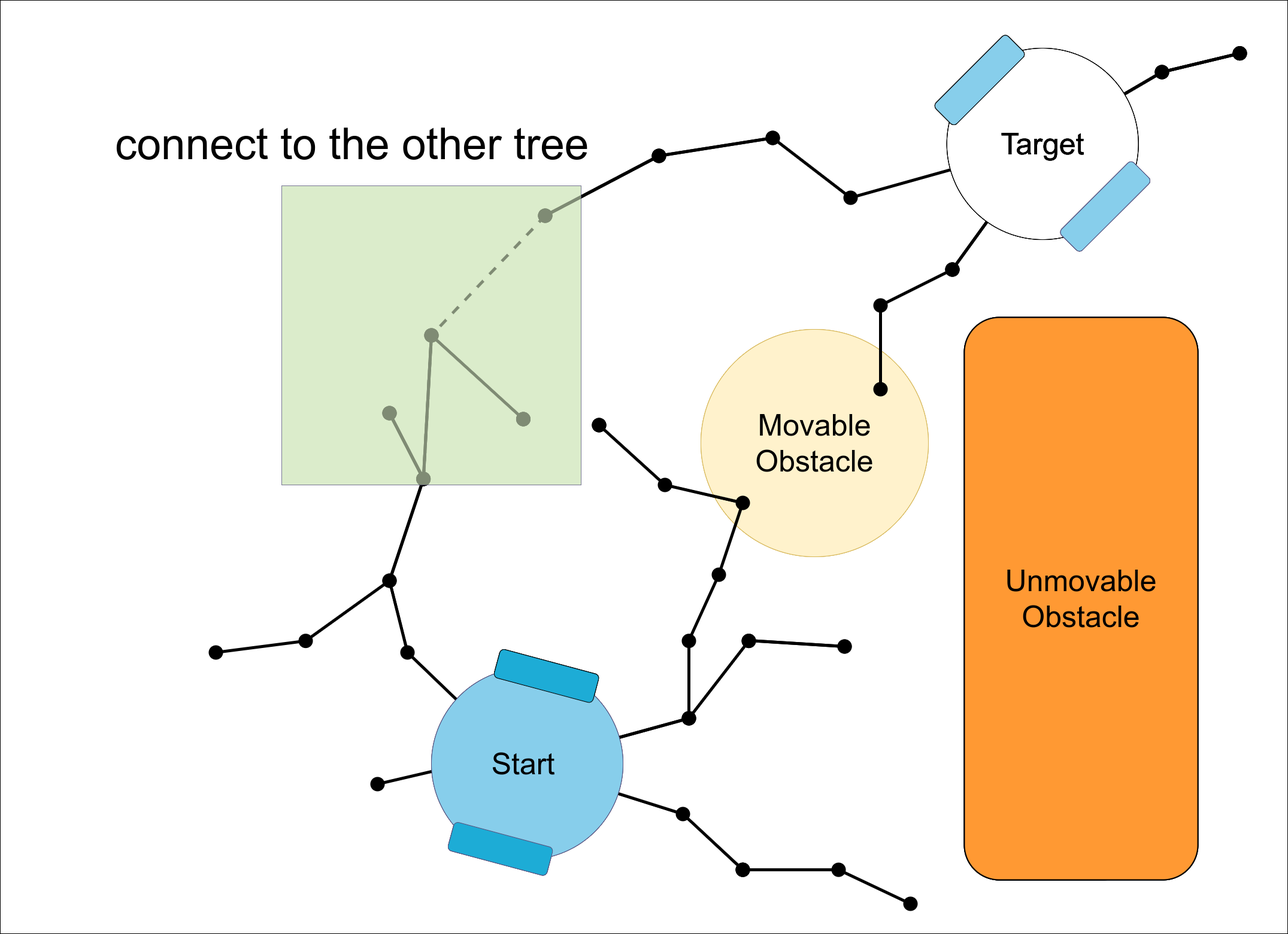
Before: thesis-report/figures/required_background/mp/6mp_search_other_tree.drawio.png, a diagram exported from draw.io (GijsGroote/thesis). Source tidied: cells renumbered, new cells last; positions are measured from the earlier drawing's top-left corner, leaving out a move shared by most shapes.
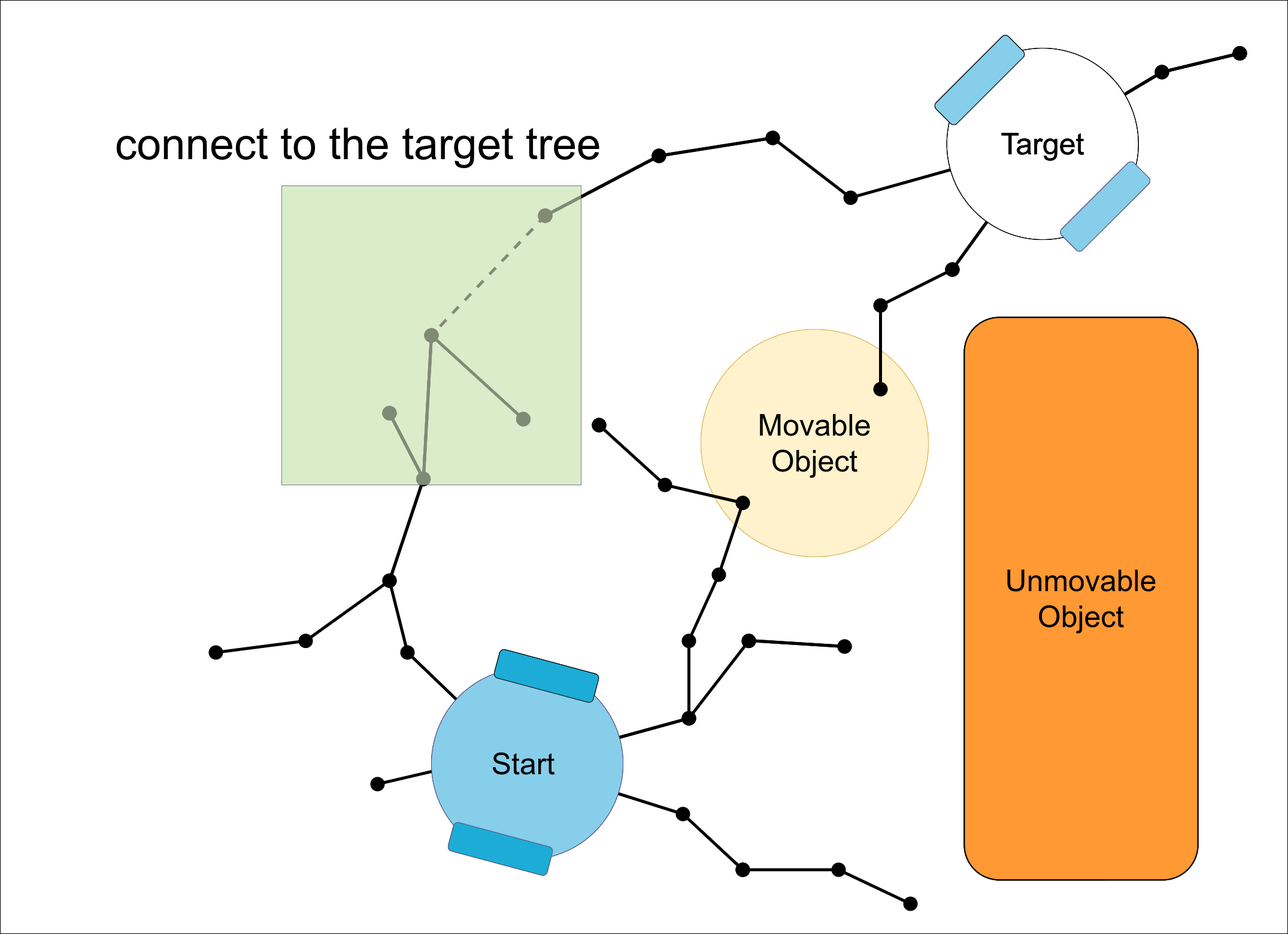
The same file after the commit.

Diff of the diagram source:
```diff
@@ -102,7 +102,7 @@
     <mxCell id="30" style="shape=waypoint;sketch=0;fillStyle=solid;size=6;points=[];fillColor=none;perimeter=centerPerimeter;snapToPoint=1;fontSize=41;strokeColor=#000000;strokeWidth=10;" parent="1" vertex="1">
       <mxGeometry x="686.6" y="780" width="40" height="40" as="geometry" />
     </mxCell>
-    <mxCell id="31" value="&lt;div style=&quot;text-align: center;&quot;&gt;&lt;span style=&quot;font-size: 73px;&quot;&gt;connect to the other tree&lt;/span&gt;&lt;/div&gt;" style="text;whiteSpace=wrap;html=1;fontSize=41;" parent="1" vertex="1">
+    <mxCell id="31" value="&lt;div style=&quot;text-align: center;&quot;&gt;&lt;span style=&quot;font-size: 73px;&quot;&gt;connect to the target tree&lt;/span&gt;&lt;/div&gt;" style="text;whiteSpace=wrap;html=1;fontSize=41;" parent="1" vertex="1">
       <mxGeometry x="190" y="190" width="880" height="70" as="geometry" />
     </mxCell>
     <mxCell id="32" style="shape=waypoint;sketch=0;fillStyle=solid;size=6;fillColor=none;perimeter=centerPerimeter;fontSize=41;strokeColor=#000000;strokeWidth=10;" parent="1" vertex="1">
@@ -322,10 +322,10 @@
     <mxCell id="93" value="&lt;font style=&quot;font-size: 50px;&quot;&gt;Start&lt;/font&gt;" style="text;html=1;align=center;verticalAlign=middle;points=[];strokeColor=none;fillColor=none;fontSize=41;" parent="1" vertex="1">
       <mxGeometry x="808.4" y="1241" width="130" height="70" as="geometry" />
     </mxCell>
-    <mxCell id="94" value="&lt;font style=&quot;font-size: 50px;&quot;&gt;Unmovable&lt;br&gt;Obstacle&lt;/font&gt;" style="rounded=1;whiteSpace=wrap;html=1;strokeWidth=2;fillColor=#FF9933;" parent="1" vertex="1">
+    <mxCell id="94" value="&lt;font style=&quot;font-size: 50px;&quot;&gt;Unmovable&lt;br&gt;Object&lt;/font&gt;" style="rounded=1;whiteSpace=wrap;html=1;strokeWidth=2;fillColor=#FF9933;" parent="1" vertex="1">
       <mxGeometry x="1610" y="530" width="390" height="940" as="geometry" />
     </mxCell>
-    <mxCell id="95" value="&lt;font style=&quot;font-size: 50px;&quot;&gt;Movable&lt;br&gt;Obstacle&lt;/font&gt;" style="ellipse;whiteSpace=wrap;html=1;fillColor=#fff2cc;strokeColor=#d6b656;" parent="1" vertex="1">
+    <mxCell id="95" value="&lt;font style=&quot;font-size: 50px;&quot;&gt;Movable&lt;br&gt;Object&lt;/font&gt;" style="ellipse;whiteSpace=wrap;html=1;fillColor=#fff2cc;strokeColor=#d6b656;" parent="1" vertex="1">
       <mxGeometry x="1170" y="550" width="380" height="380" as="geometry" />
     </mxCell>
     <mxCell id="96" style="endArrow=none;html=1;rounded=0;fontSize=41;entryX=0.45;entryY=0.6;entryDx=0;entryDy=0;entryPerimeter=0;strokeWidth=5;" parent="1" edge="1" source="102" target="108">
@@ -474,9 +474,10 @@
     <mxCell id="138" style="endArrow=none;html=1;rounded=0;fontSize=41;strokeWidth=5;exitX=0.458;exitY=0.7;exitDx=0;exitDy=0;exitPerimeter=0;entryX=0.5;entryY=0.45;entryDx=0;entryDy=0;entryPerimeter=0;" parent="1" edge="1" source="132" target="131">
       <mxGeometry relative="1" as="geometry" />
     </mxCell>
-    <mxCell id="139" style="endArrow=none;html=1;rounded=0;fontSize=41;strokeWidth=5;exitX=0.375;exitY=0.7;exitDx=0;exitDy=0;exitPerimeter=0;" parent="1" edge="1" source="134" target="132">
+    <mxCell id="139" style="endArrow=none;html=1;rounded=0;fontSize=41;strokeWidth=5;exitX=0.579;exitY=0.664;exitDx=0;exitDy=0;exitPerimeter=0;" parent="1" edge="1" source="144" target="132">
       <mxGeometry relative="1" as="geometry">
         <Array as="points">
+          <mxPoint x="1000" y="710" />
           <mxPoint x="1110" y="810" />
         </Array>
       </mxGeometry>
```
